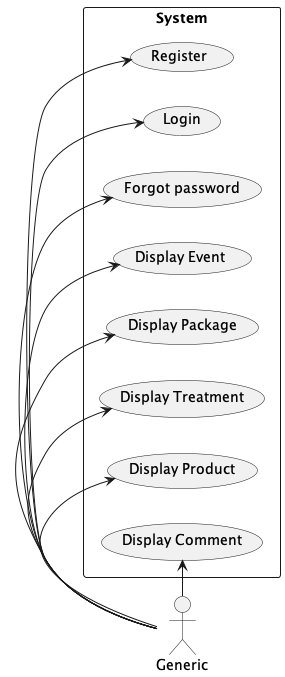
This is Diagrams/UseCase/BeautyLineUseCaseGeneric.png from AlfonsoCiampa/beautyline, a PlantUML export, as it was before one commit. Source of this version:
```plantuml
@startuml
left to right direction
actor "Generic"


rectangle System{
	Generic -> (Register)
	Generic -> (Login)
	Generic -> (Forgot password)
	Generic -> (Display Event)
	Generic -> (Display Package)
	Generic -> (Display Treatment)
	Generic -> (Display Product)
	Generic -> (Display Comment)
}
@enduml
```
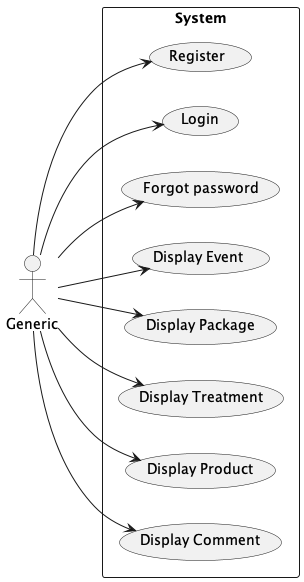
Above is the later version.

Diff of the diagram source:
```diff
@@ -4,13 +4,13 @@
 
 
 rectangle System{
-	Generic -> (Register)
-	Generic -> (Login)
-	Generic -> (Forgot password)
-	Generic -> (Display Event)
-	Generic -> (Display Package)
-	Generic -> (Display Treatment)
-	Generic -> (Display Product)
-	Generic -> (Display Comment)
+	Generic -down-> (Register)
+	Generic -down-> (Login)
+	Generic -down-> (Forgot password)
+	Generic -down-> (Display Event)
+	Generic -down-> (Display Package)
+	Generic -down-> (Display Treatment)
+	Generic -down-> (Display Product)
+	Generic -down-> (Display Comment)
 }
 @enduml
```
